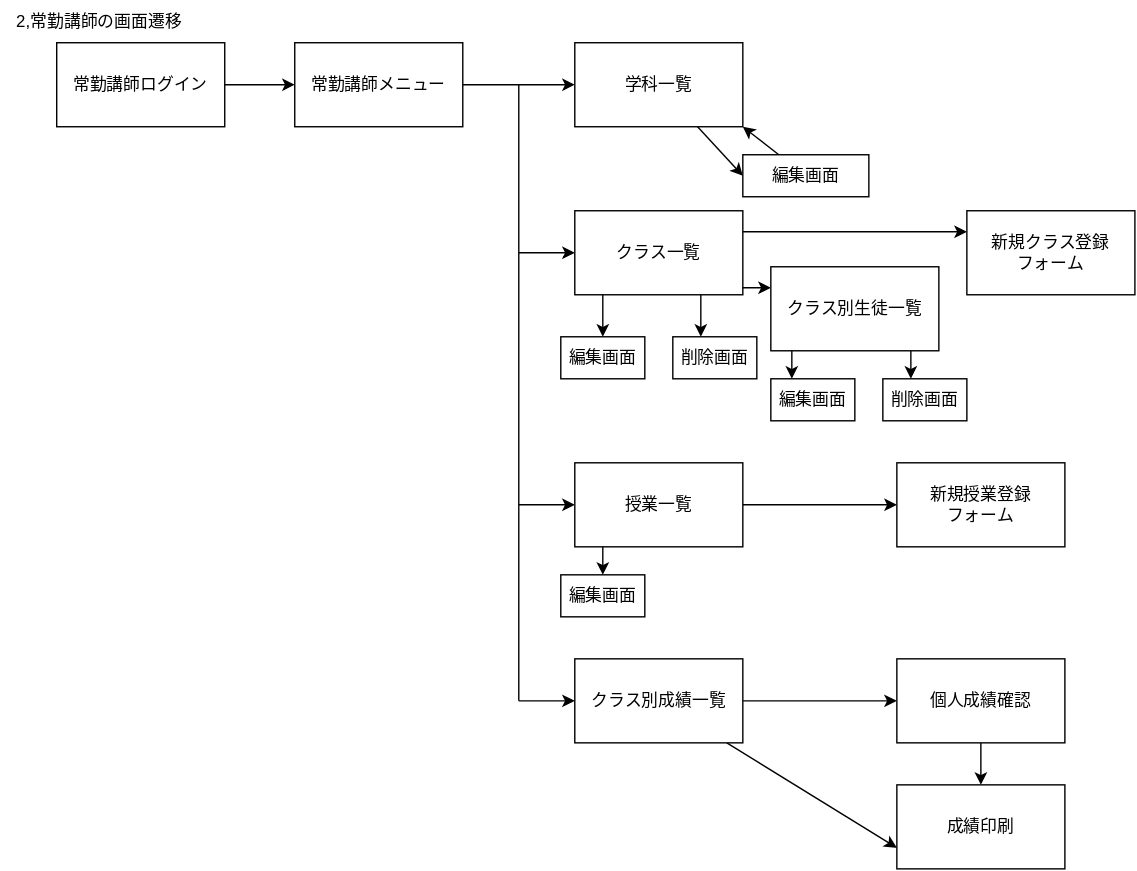
Skypeace8585/uml-introduction keeps this draw.io diagram as teamG4.drawio.svg. Above is the earlier version. Source tidied: cells renumbered, new cells last; positions are measured from the earlier drawing's top-left corner, leaving out a move shared by most shapes.
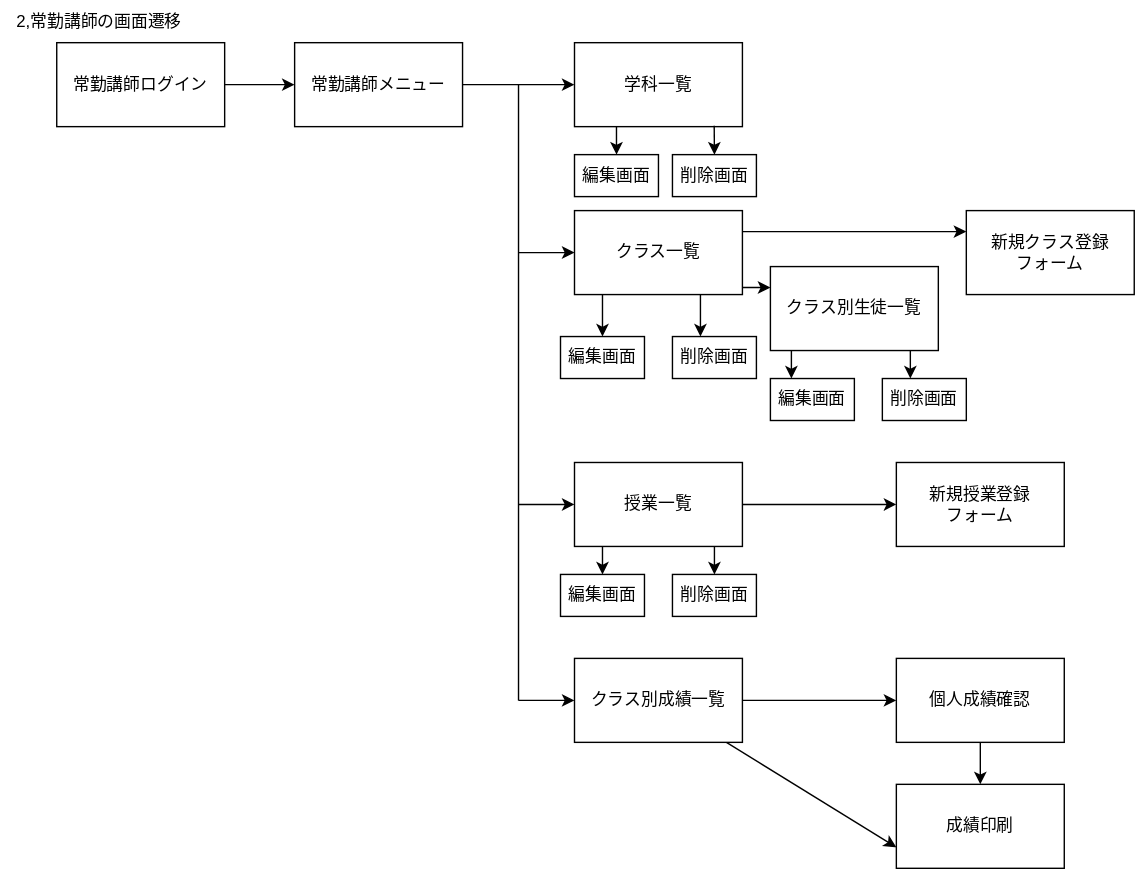
Above is the later version.

The edit, as a diff of the source:
```diff
@@ -19,9 +19,6 @@
     <mxCell id="6" value="常勤講師メニュー" style="rounded=0;whiteSpace=wrap;html=1;" parent="1" vertex="1">
       <mxGeometry x="210" y="30" width="120" height="60" as="geometry" />
     </mxCell>
-    <mxCell id="7" style="edgeStyle=none;html=1;entryX=0;entryY=0.5;entryDx=0;entryDy=0;" parent="1" edge="1" source="8" target="18">
-      <mxGeometry relative="1" as="geometry" />
-    </mxCell>
     <mxCell id="8" value="学科一覧" style="rounded=0;whiteSpace=wrap;html=1;" parent="1" vertex="1">
       <mxGeometry x="410" y="30" width="120" height="60" as="geometry" />
     </mxCell>
@@ -60,12 +57,6 @@
     <mxCell id="16" value="授業一覧" style="rounded=0;whiteSpace=wrap;html=1;" parent="1" vertex="1">
       <mxGeometry x="410" y="330" width="120" height="60" as="geometry" />
     </mxCell>
-    <mxCell id="17" style="edgeStyle=none;html=1;entryX=1;entryY=1;entryDx=0;entryDy=0;" parent="1" edge="1" source="18" target="8">
-      <mxGeometry relative="1" as="geometry" />
-    </mxCell>
-    <mxCell id="18" value="編集画面" style="rounded=0;whiteSpace=wrap;html=1;" parent="1" vertex="1">
-      <mxGeometry x="530" y="110" width="90" height="30" as="geometry" />
-    </mxCell>
     <mxCell id="19" style="edgeStyle=none;html=1;entryX=0.25;entryY=0;entryDx=0;entryDy=0;" parent="1" edge="1" target="35">
       <mxGeometry relative="1" as="geometry">
         <mxPoint x="565" y="250" as="sourcePoint" />
@@ -140,5 +131,25 @@
     <mxCell id="38" value="新規クラス登録&lt;br&gt;フォーム" style="rounded=0;whiteSpace=wrap;html=1;" parent="1" vertex="1">
       <mxGeometry x="690" y="150" width="120" height="60" as="geometry" />
     </mxCell>
+    <mxCell id="18" value="編集画面" style="rounded=0;whiteSpace=wrap;html=1;" parent="1" vertex="1">
+      <mxGeometry x="410" y="110" width="60" height="30" as="geometry" />
+    </mxCell>
+    <mxCell id="39" value="削除画面" style="rounded=0;whiteSpace=wrap;html=1;" parent="1" vertex="1">
+      <mxGeometry x="480" y="110" width="60" height="30" as="geometry" />
+    </mxCell>
+    <mxCell id="7" style="endArrow=classic;html=1;exitX=0.25;exitY=1;exitDx=0;exitDy=0;entryX=0.5;entryY=0;entryDx=0;entryDy=0;" parent="1" edge="1" source="8" target="18">
+      <mxGeometry relative="1" as="geometry" />
+    </mxCell>
+    <mxCell id="40" style="endArrow=classic;html=1;exitX=0.832;exitY=0.989;exitDx=0;exitDy=0;exitPerimeter=0;entryX=0.5;entryY=0;entryDx=0;entryDy=0;" parent="1" edge="1" source="8" target="39">
+      <mxGeometry relative="1" as="geometry" />
+    </mxCell>
+    <mxCell id="41" value="削除画面" style="rounded=0;whiteSpace=wrap;html=1;" parent="1" vertex="1">
+      <mxGeometry x="480" y="410" width="60" height="30" as="geometry" />
+    </mxCell>
+    <mxCell id="42" style="endArrow=classic;html=1;entryX=0.5;entryY=0;entryDx=0;entryDy=0;" parent="1" edge="1" target="41">
+      <mxGeometry relative="1" as="geometry">
+        <mxPoint x="510" y="390" as="sourcePoint" />
+      </mxGeometry>
+    </mxCell>
   </root>
 </mxGraphModel>
```
